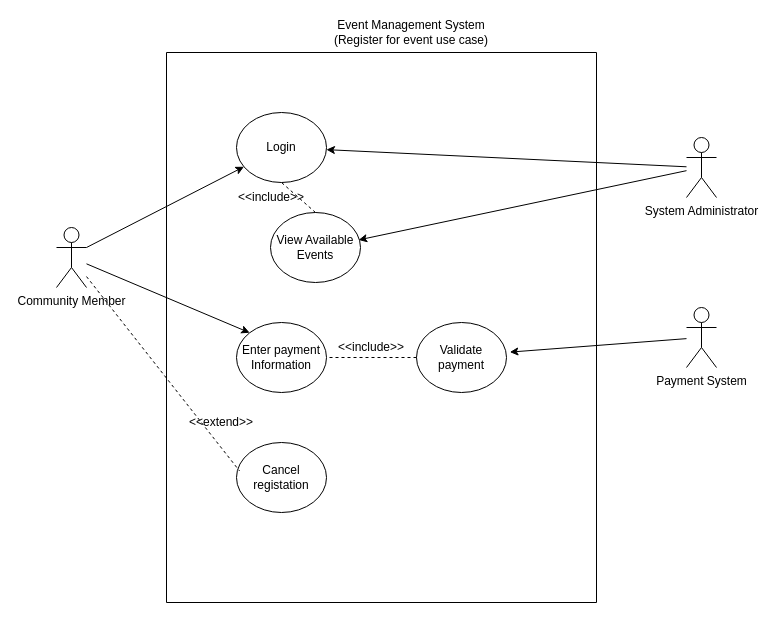
The draw.io diagram owener'view.drawio in huyTrinhVAn/Draw-Io-Repo, before the edit. Source tidied: cells renumbered, new cells numbered last; positions are measured from the earlier drawing's top-left corner, leaving out a move shared by most shapes. Both pictures are drawn from the tidied source at 100%, with x=0, y=0 at pixel (56, 17).
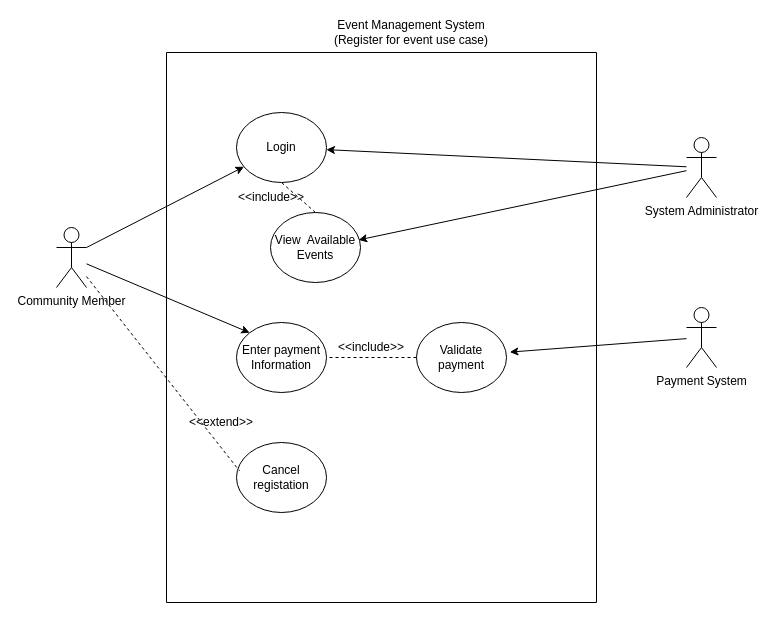
Above is the later version.

Commit message (it also covers changes not shown here):
Cập nhật owener'view.drawio

The change refers to these unchanged cells:
```xml
<mxCell id="2" style="swimlane;startSize=0;" parent="1" vertex="1">
  <mxGeometry x="110" y="35" width="430" height="550" as="geometry" />
</mxCell>
```

Diff of the diagram source:
```diff
@@
-    <mxCell id="4" value="View Available Events" style="ellipse;whiteSpace=wrap;html=1;" parent="2" vertex="1">
+    <mxCell id="4" value="View&amp;nbsp; Available Events" style="ellipse;whiteSpace=wrap;html=1;" parent="2" vertex="1">
       <mxGeometry x="104" y="160" width="90" height="70" as="geometry" />
     </mxCell>
```
